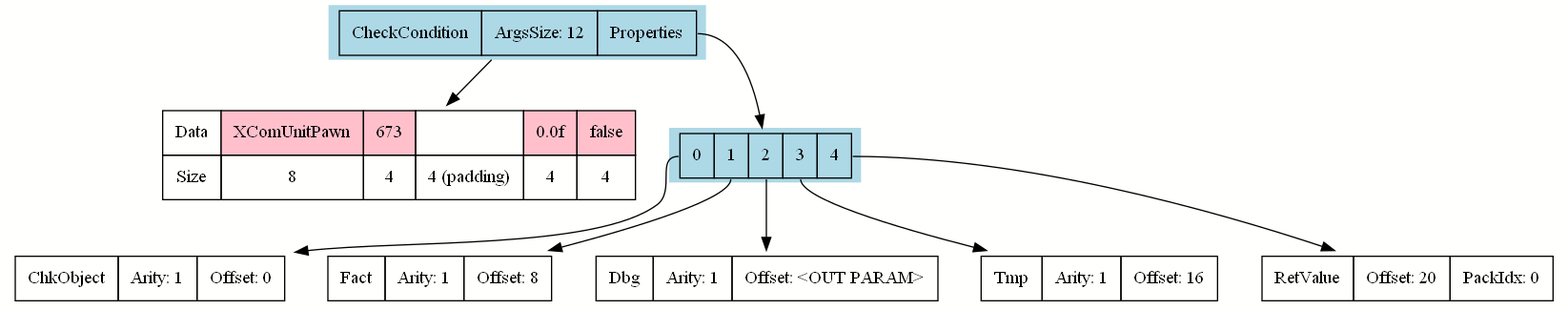
Earlier version of the Graphviz export static/img/properties/properties_func.png (robojumper/robojumper.github.io). Its source is kept beside it as raw/properties/properties_func.dot. Its diagram source:
```dot
digraph props {
    bgcolor="#fffffd";
    node [shape=record];

    func [shape = none, style=filled, fillcolor=lightblue, label = <<table border="0" cellspacing="0" cellpadding="9"><tr>
        <td border="1">CheckCondition</td>
        <td border="1">ArgsSize: 12</td>
        <td port="f0" border="1">Properties</td>
    </tr></table>>]

    props [shape = none, style=filled, fillcolor=lightblue, label = <<table border="0" cellspacing="0" cellpadding="9"><tr>
        <td port="p0" border="1">0</td>
        <td port="p1" border="1">1</td>
        <td port="p2" border="1">2</td>
        <td port="p3" border="1">3</td>
        <td port="p4" border="1">4</td>
    </tr></table>>];
    prop0 [shape = none, label = <<table border="0" cellspacing="0" cellpadding="9"><tr>
        <td border="1">ChkObject</td>
        <td border="1">Arity: 1</td>
        <td border="1">Offset: 0</td>
    </tr></table>>];
    prop1 [shape = none, label = <<table border="0" cellspacing="0" cellpadding="9"><tr>
        <td border="1">Fact</td>
        <td border="1">Arity: 1</td>
        <td border="1">Offset: 8</td>
    </tr></table>>];
    prop2 [shape = none, label = <<table border="0" cellspacing="0" cellpadding="9"><tr>
        <td border="1">Dbg</td>
        <td border="1">Arity: 1</td>
        <td border="1">Offset: &lt;OUT PARAM&gt;</td>
    </tr></table>>];
    prop3 [shape = none, label = <<table border="0" cellspacing="0" cellpadding="9"><tr>
        <td border="1">Tmp</td>
        <td border="1">Arity: 1</td>
        <td border="1">Offset: 16</td>
    </tr></table>>];
    prop4 [shape = none, label = <<table border="0" cellspacing="0" cellpadding="9"><tr>
        <td border="1">RetValue</td>
        <td border="1">Offset: 20</td>
        <td border="1">PackIdx: 0</td>
    </tr></table>>];

    { rank = same;
    data [shape = none, style="", label = <<table border="0" cellspacing="0" cellpadding="9"><tr>
        <td border="1">Data</td>
        <td bgcolor="pink" border="1">XComUnitPawn</td>
        <td bgcolor="pink" border="1">673</td>
        <td border="1"></td>
        <td bgcolor="pink" border="1">0.0f</td>
        <td bgcolor="pink" border="1">false</td>
    </tr><tr>
        <td border="1">Size</td>
        <td border="1">8</td>
        <td border="1">4</td>
        <td border="1">4 (padding)</td>
        <td border="1">4</td>
        <td border="1">4</td>
    </tr></table>>];
    }

    "func":f0 -> props;
    func -> data;

    "props":p0 -> "prop0";
    "props":p1 -> "prop1";
    "props":p2 -> "prop2";
    "props":p3 -> "prop3";
    "props":p4 -> "prop4";
}
```
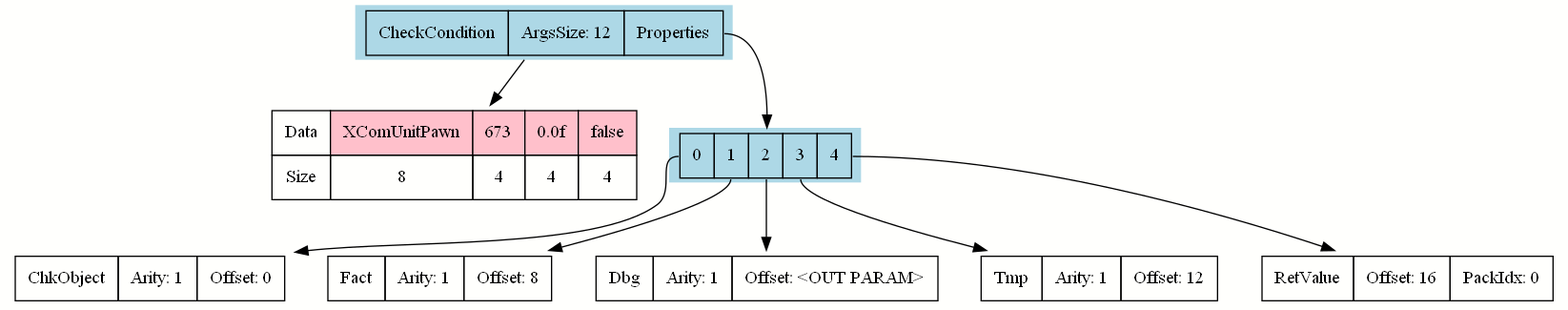
After the change.

Commit message:
Properties typos

The edit, as a diff of the source:
```diff
@@ -33,11 +33,11 @@
     prop3 [shape = none, label = <<table border="0" cellspacing="0" cellpadding="9"><tr>
         <td border="1">Tmp</td>
         <td border="1">Arity: 1</td>
-        <td border="1">Offset: 16</td>
+        <td border="1">Offset: 12</td>
     </tr></table>>];
     prop4 [shape = none, label = <<table border="0" cellspacing="0" cellpadding="9"><tr>
         <td border="1">RetValue</td>
-        <td border="1">Offset: 20</td>
+        <td border="1">Offset: 16</td>
         <td border="1">PackIdx: 0</td>
     </tr></table>>];
 
@@ -46,14 +46,12 @@
         <td border="1">Data</td>
         <td bgcolor="pink" border="1">XComUnitPawn</td>
         <td bgcolor="pink" border="1">673</td>
-        <td border="1"></td>
         <td bgcolor="pink" border="1">0.0f</td>
         <td bgcolor="pink" border="1">false</td>
     </tr><tr>
         <td border="1">Size</td>
         <td border="1">8</td>
         <td border="1">4</td>
-        <td border="1">4 (padding)</td>
         <td border="1">4</td>
         <td border="1">4</td>
     </tr></table>>];
```
